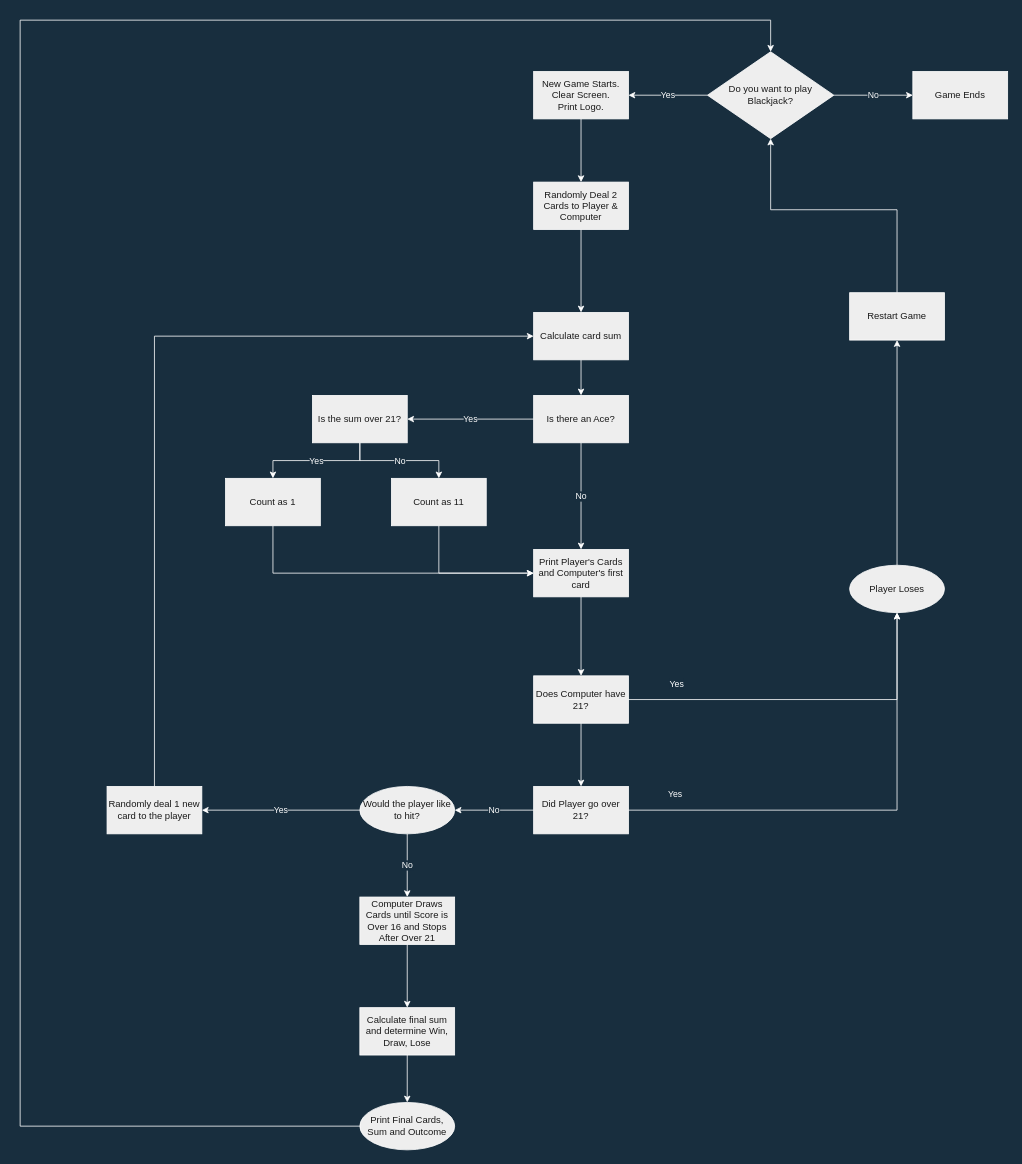
Above: Blackjack_flowchart.drawio in bcrawford72/my_test_workflows (draw.io), before the change. Source tidied: cells renumbered, new cells numbered last; positions are measured from the earlier drawing's top-left corner, leaving out a move shared by most shapes. Both pictures are drawn from the tidied source at 79%, with x=0, y=0 at pixel (20, 20).
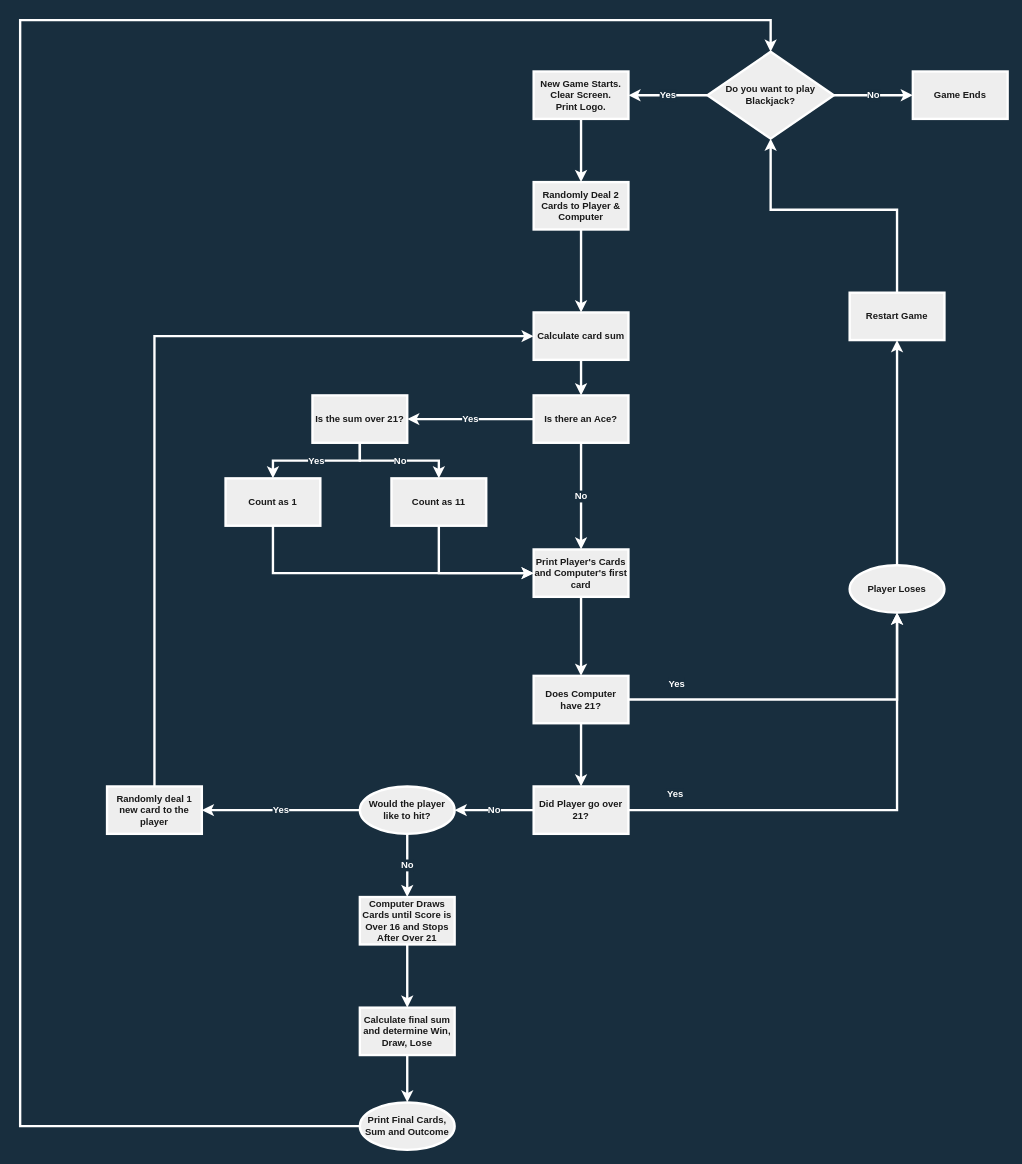
The same diagram, later.

Change to the diagram source:
```diff
@@
-    <mxCell id="2" value="Yes" style="edgeStyle=orthogonalEdgeStyle;rounded=0;jettySize=auto;html=1;labelBackgroundColor=#182E3E;strokeColor=#FFFFFF;fontColor=#FFFFFF;" parent="1" edge="1" source="4" target="6">
+    <mxCell id="2" value="Yes" style="edgeStyle=orthogonalEdgeStyle;rounded=0;jettySize=auto;html=1;labelBackgroundColor=#182E3E;strokeColor=#FFFFFF;fontColor=#FFFFFF;strokeWidth=3;fontStyle=1;fontSize=12;" parent="1" edge="1" source="4" target="6">
       <mxGeometry relative="1" as="geometry" />
     </mxCell>
-    <mxCell id="3" value="No" style="edgeStyle=orthogonalEdgeStyle;rounded=0;jettySize=auto;html=1;labelBackgroundColor=#182E3E;strokeColor=#FFFFFF;fontColor=#FFFFFF;" parent="1" edge="1" source="4" target="7">
+    <mxCell id="3" value="No" style="edgeStyle=orthogonalEdgeStyle;rounded=0;jettySize=auto;html=1;labelBackgroundColor=#182E3E;strokeColor=#FFFFFF;fontColor=#FFFFFF;strokeWidth=3;fontStyle=1;fontSize=12;" parent="1" edge="1" source="4" target="7">
       <mxGeometry relative="1" as="geometry" />
     </mxCell>
-    <mxCell id="4" value="Do you want to play Blackjack?" style="rhombus;whiteSpace=wrap;html=1;fillColor=#EEEEEE;strokeColor=#FFFFFF;fontColor=#1A1A1A;" parent="1" vertex="1">
+    <mxCell id="4" value="Do you want to play Blackjack?" style="rhombus;whiteSpace=wrap;html=1;fillColor=#EEEEEE;strokeColor=#FFFFFF;fontColor=#1A1A1A;strokeWidth=3;fontStyle=1;fontSize=12;" parent="1" vertex="1">
       <mxGeometry x="870" y="40" width="160" height="110" as="geometry" />
     </mxCell>
-    <mxCell id="5" style="edgeStyle=orthogonalEdgeStyle;rounded=0;jettySize=auto;html=1;labelBackgroundColor=#182E3E;strokeColor=#FFFFFF;fontColor=#FFFFFF;" parent="1" edge="1" source="6" target="9">
+    <mxCell id="5" style="edgeStyle=orthogonalEdgeStyle;rounded=0;jettySize=auto;html=1;labelBackgroundColor=#182E3E;strokeColor=#FFFFFF;fontColor=#FFFFFF;strokeWidth=3;fontStyle=1;fontSize=12;" parent="1" edge="1" source="6" target="9">
       <mxGeometry relative="1" as="geometry" />
     </mxCell>
-    <mxCell id="6" value="New Game Starts.&lt;br&gt;Clear Screen.&lt;br&gt;Print Logo." style="whiteSpace=wrap;html=1;fillColor=#EEEEEE;strokeColor=#FFFFFF;fontColor=#1A1A1A;" parent="1" vertex="1">
+    <mxCell id="6" value="New Game Starts.&lt;br style=&quot;font-size: 12px;&quot;&gt;Clear Screen.&lt;br style=&quot;font-size: 12px;&quot;&gt;Print Logo." style="whiteSpace=wrap;html=1;fillColor=#EEEEEE;strokeColor=#FFFFFF;fontColor=#1A1A1A;strokeWidth=3;fontStyle=1;fontSize=12;" parent="1" vertex="1">
       <mxGeometry x="650" y="65" width="120" height="60" as="geometry" />
     </mxCell>
-    <mxCell id="7" value="Game Ends" style="whiteSpace=wrap;html=1;fillColor=#EEEEEE;strokeColor=#FFFFFF;fontColor=#1A1A1A;" parent="1" vertex="1">
+    <mxCell id="7" value="Game Ends" style="whiteSpace=wrap;html=1;fillColor=#EEEEEE;strokeColor=#FFFFFF;fontColor=#1A1A1A;strokeWidth=3;fontStyle=1;fontSize=12;" parent="1" vertex="1">
       <mxGeometry x="1130" y="65" width="120" height="60" as="geometry" />
     </mxCell>
-    <mxCell id="8" style="edgeStyle=orthogonalEdgeStyle;rounded=0;jettySize=auto;html=1;labelBackgroundColor=#182E3E;strokeColor=#FFFFFF;fontColor=#FFFFFF;" parent="1" edge="1" source="9" target="18">
+    <mxCell id="8" style="edgeStyle=orthogonalEdgeStyle;rounded=0;jettySize=auto;html=1;labelBackgroundColor=#182E3E;strokeColor=#FFFFFF;fontColor=#FFFFFF;strokeWidth=3;fontStyle=1;fontSize=12;" parent="1" edge="1" source="9" target="18">
       <mxGeometry relative="1" as="geometry" />
     </mxCell>
-    <mxCell id="9" value="Randomly Deal 2 Cards to Player &amp;amp; Computer" style="whiteSpace=wrap;html=1;fillColor=#EEEEEE;strokeColor=#FFFFFF;fontColor=#1A1A1A;" parent="1" vertex="1">
+    <mxCell id="9" value="Randomly Deal 2 Cards to Player &amp;amp; Computer" style="whiteSpace=wrap;html=1;fillColor=#EEEEEE;strokeColor=#FFFFFF;fontColor=#1A1A1A;strokeWidth=3;fontStyle=1;fontSize=12;" parent="1" vertex="1">
       <mxGeometry x="650" y="205" width="120" height="60" as="geometry" />
     </mxCell>
-    <mxCell id="10" value="Yes" style="edgeStyle=orthogonalEdgeStyle;rounded=0;jettySize=auto;html=1;labelBackgroundColor=#182E3E;strokeColor=#FFFFFF;fontColor=#FFFFFF;" parent="1" edge="1" source="12" target="14">
+    <mxCell id="10" value="Yes" style="edgeStyle=orthogonalEdgeStyle;rounded=0;jettySize=auto;html=1;labelBackgroundColor=#182E3E;strokeColor=#FFFFFF;fontColor=#FFFFFF;strokeWidth=3;fontStyle=1;fontSize=12;" parent="1" edge="1" source="12" target="14">
       <mxGeometry x="-0.73" y="20" relative="1" as="geometry" />
     </mxCell>
-    <mxCell id="11" style="edgeStyle=orthogonalEdgeStyle;rounded=0;jettySize=auto;html=1;labelBackgroundColor=#182E3E;strokeColor=#FFFFFF;fontColor=#FFFFFF;" parent="1" edge="1" source="12" target="29">
+    <mxCell id="11" style="edgeStyle=orthogonalEdgeStyle;rounded=0;jettySize=auto;html=1;labelBackgroundColor=#182E3E;strokeColor=#FFFFFF;fontColor=#FFFFFF;strokeWidth=3;fontStyle=1;fontSize=12;" parent="1" edge="1" source="12" target="29">
       <mxGeometry relative="1" as="geometry" />
     </mxCell>
-    <mxCell id="12" value="Does Computer have 21?" style="whiteSpace=wrap;html=1;fillColor=#EEEEEE;strokeColor=#FFFFFF;fontColor=#1A1A1A;" parent="1" vertex="1">
+    <mxCell id="12" value="Does Computer have 21?" style="whiteSpace=wrap;html=1;fillColor=#EEEEEE;strokeColor=#FFFFFF;fontColor=#1A1A1A;strokeWidth=3;fontStyle=1;fontSize=12;" parent="1" vertex="1">
       <mxGeometry x="650" y="830" width="120" height="60" as="geometry" />
     </mxCell>
-    <mxCell id="13" style="edgeStyle=orthogonalEdgeStyle;rounded=0;jettySize=auto;html=1;labelBackgroundColor=#182E3E;strokeColor=#FFFFFF;fontColor=#FFFFFF;" parent="1" edge="1" source="14" target="16">
+    <mxCell id="13" style="edgeStyle=orthogonalEdgeStyle;rounded=0;jettySize=auto;html=1;labelBackgroundColor=#182E3E;strokeColor=#FFFFFF;fontColor=#FFFFFF;strokeWidth=3;fontStyle=1;fontSize=12;" parent="1" edge="1" source="14" target="16">
       <mxGeometry relative="1" as="geometry" />
     </mxCell>
-    <mxCell id="14" value="Player Loses" style="ellipse;whiteSpace=wrap;html=1;fillColor=#EEEEEE;strokeColor=#FFFFFF;fontColor=#1A1A1A;" parent="1" vertex="1">
+    <mxCell id="14" value="Player Loses" style="ellipse;whiteSpace=wrap;html=1;fillColor=#EEEEEE;strokeColor=#FFFFFF;fontColor=#1A1A1A;strokeWidth=3;fontStyle=1;fontSize=12;" parent="1" vertex="1">
       <mxGeometry x="1050" y="690" width="120" height="60" as="geometry" />
     </mxCell>
-    <mxCell id="15" style="edgeStyle=orthogonalEdgeStyle;rounded=0;jettySize=auto;html=1;entryX=0.5;entryY=1;entryDx=0;entryDy=0;labelBackgroundColor=#182E3E;strokeColor=#FFFFFF;fontColor=#FFFFFF;" parent="1" edge="1" source="16" target="4">
+    <mxCell id="15" style="edgeStyle=orthogonalEdgeStyle;rounded=0;jettySize=auto;html=1;entryX=0.5;entryY=1;entryDx=0;entryDy=0;labelBackgroundColor=#182E3E;strokeColor=#FFFFFF;fontColor=#FFFFFF;strokeWidth=3;fontStyle=1;fontSize=12;" parent="1" edge="1" source="16" target="4">
       <mxGeometry relative="1" as="geometry">
         <Array as="points">
           <mxPoint x="1110" y="240" />
           <mxPoint x="950" y="240" />
         </Array>
       </mxGeometry>
     </mxCell>
-    <mxCell id="16" value="Restart Game" style="whiteSpace=wrap;html=1;fillColor=#EEEEEE;strokeColor=#FFFFFF;fontColor=#1A1A1A;" parent="1" vertex="1">
+    <mxCell id="16" value="Restart Game" style="whiteSpace=wrap;html=1;fillColor=#EEEEEE;strokeColor=#FFFFFF;fontColor=#1A1A1A;strokeWidth=3;fontStyle=1;fontSize=12;" parent="1" vertex="1">
       <mxGeometry x="1050" y="345" width="120" height="60" as="geometry" />
     </mxCell>
-    <mxCell id="17" style="edgeStyle=orthogonalEdgeStyle;rounded=0;jettySize=auto;html=1;labelBackgroundColor=#182E3E;strokeColor=#FFFFFF;fontColor=#FFFFFF;" parent="1" edge="1" source="18" target="21">
+    <mxCell id="17" style="edgeStyle=orthogonalEdgeStyle;rounded=0;jettySize=auto;html=1;labelBackgroundColor=#182E3E;strokeColor=#FFFFFF;fontColor=#FFFFFF;strokeWidth=3;fontStyle=1;fontSize=12;" parent="1" edge="1" source="18" target="21">
       <mxGeometry relative="1" as="geometry" />
     </mxCell>
-    <mxCell id="18" value="Calculate card sum" style="whiteSpace=wrap;html=1;fillColor=#EEEEEE;strokeColor=#FFFFFF;fontColor=#1A1A1A;" parent="1" vertex="1">
+    <mxCell id="18" value="Calculate card sum" style="whiteSpace=wrap;html=1;fillColor=#EEEEEE;strokeColor=#FFFFFF;fontColor=#1A1A1A;strokeWidth=3;fontStyle=1;fontSize=12;" parent="1" vertex="1">
       <mxGeometry x="650" y="370" width="120" height="60" as="geometry" />
     </mxCell>
-    <mxCell id="19" value="Yes" style="edgeStyle=orthogonalEdgeStyle;rounded=0;jettySize=auto;html=1;labelBackgroundColor=#182E3E;strokeColor=#FFFFFF;fontColor=#FFFFFF;" parent="1" edge="1" source="21" target="24">
+    <mxCell id="19" value="Yes" style="edgeStyle=orthogonalEdgeStyle;rounded=0;jettySize=auto;html=1;labelBackgroundColor=#182E3E;strokeColor=#FFFFFF;fontColor=#FFFFFF;strokeWidth=3;fontStyle=1;fontSize=12;" parent="1" edge="1" source="21" target="24">
       <mxGeometry relative="1" as="geometry" />
     </mxCell>
-    <mxCell id="20" value="No" style="edgeStyle=orthogonalEdgeStyle;rounded=0;jettySize=auto;html=1;labelBackgroundColor=#182E3E;strokeColor=#FFFFFF;fontColor=#FFFFFF;" parent="1" edge="1" source="21" target="26">
+    <mxCell id="20" value="No" style="edgeStyle=orthogonalEdgeStyle;rounded=0;jettySize=auto;html=1;labelBackgroundColor=#182E3E;strokeColor=#FFFFFF;fontColor=#FFFFFF;strokeWidth=3;fontStyle=1;fontSize=12;" parent="1" edge="1" source="21" target="26">
       <mxGeometry relative="1" as="geometry" />
     </mxCell>
-    <mxCell id="21" value="Is there an Ace?" style="whiteSpace=wrap;html=1;fillColor=#EEEEEE;strokeColor=#FFFFFF;fontColor=#1A1A1A;" parent="1" vertex="1">
+    <mxCell id="21" value="Is there an Ace?" style="whiteSpace=wrap;html=1;fillColor=#EEEEEE;strokeColor=#FFFFFF;fontColor=#1A1A1A;strokeWidth=3;fontStyle=1;fontSize=12;" parent="1" vertex="1">
       <mxGeometry x="650" y="475" width="120" height="60" as="geometry" />
     </mxCell>
-    <mxCell id="22" value="Yes" style="edgeStyle=orthogonalEdgeStyle;rounded=0;jettySize=auto;html=1;labelBackgroundColor=#182E3E;strokeColor=#FFFFFF;fontColor=#FFFFFF;" parent="1" edge="1" source="24" target="36">
+    <mxCell id="22" value="Yes" style="edgeStyle=orthogonalEdgeStyle;rounded=0;jettySize=auto;html=1;labelBackgroundColor=#182E3E;strokeColor=#FFFFFF;fontColor=#FFFFFF;strokeWidth=3;fontStyle=1;fontSize=12;" parent="1" edge="1" source="24" target="36">
       <mxGeometry relative="1" as="geometry" />
     </mxCell>
-    <mxCell id="23" value="No" style="edgeStyle=orthogonalEdgeStyle;rounded=0;jettySize=auto;html=1;labelBackgroundColor=#182E3E;strokeColor=#FFFFFF;fontColor=#FFFFFF;" parent="1" edge="1" source="24" target="38">
+    <mxCell id="23" value="No" style="edgeStyle=orthogonalEdgeStyle;rounded=0;jettySize=auto;html=1;labelBackgroundColor=#182E3E;strokeColor=#FFFFFF;fontColor=#FFFFFF;strokeWidth=3;fontStyle=1;fontSize=12;" parent="1" edge="1" source="24" target="38">
       <mxGeometry relative="1" as="geometry" />
     </mxCell>
-    <mxCell id="24" value="Is the sum over 21?" style="whiteSpace=wrap;html=1;fillColor=#EEEEEE;strokeColor=#FFFFFF;fontColor=#1A1A1A;" parent="1" vertex="1">
+    <mxCell id="24" value="Is the sum over 21?" style="whiteSpace=wrap;html=1;fillColor=#EEEEEE;strokeColor=#FFFFFF;fontColor=#1A1A1A;strokeWidth=3;fontStyle=1;fontSize=12;" parent="1" vertex="1">
       <mxGeometry x="370" y="475" width="120" height="60" as="geometry" />
     </mxCell>
-    <mxCell id="25" style="edgeStyle=orthogonalEdgeStyle;rounded=0;jettySize=auto;html=1;labelBackgroundColor=#182E3E;strokeColor=#FFFFFF;fontColor=#FFFFFF;" parent="1" edge="1" source="26" target="12">
+    <mxCell id="25" style="edgeStyle=orthogonalEdgeStyle;rounded=0;jettySize=auto;html=1;labelBackgroundColor=#182E3E;strokeColor=#FFFFFF;fontColor=#FFFFFF;strokeWidth=3;fontStyle=1;fontSize=12;" parent="1" edge="1" source="26" target="12">
       <mxGeometry relative="1" as="geometry" />
     </mxCell>
-    <mxCell id="26" value="Print Player's Cards and Computer's first card" style="whiteSpace=wrap;html=1;fillColor=#EEEEEE;strokeColor=#FFFFFF;fontColor=#1A1A1A;" parent="1" vertex="1">
+    <mxCell id="26" value="Print Player's Cards and Computer's first card" style="whiteSpace=wrap;html=1;fillColor=#EEEEEE;strokeColor=#FFFFFF;fontColor=#1A1A1A;strokeWidth=3;fontStyle=1;fontSize=12;" parent="1" vertex="1">
       <mxGeometry x="650" y="670" width="120" height="60" as="geometry" />
     </mxCell>
-    <mxCell id="27" value="Yes" style="edgeStyle=orthogonalEdgeStyle;rounded=0;jettySize=auto;html=1;entryX=0.5;entryY=1;entryDx=0;entryDy=0;labelBackgroundColor=#182E3E;strokeColor=#FFFFFF;fontColor=#FFFFFF;" parent="1" edge="1" source="29" target="14">
+    <mxCell id="27" value="Yes" style="edgeStyle=orthogonalEdgeStyle;rounded=0;jettySize=auto;html=1;entryX=0.5;entryY=1;entryDx=0;entryDy=0;labelBackgroundColor=#182E3E;strokeColor=#FFFFFF;fontColor=#FFFFFF;strokeWidth=3;fontStyle=1;fontSize=12;" parent="1" edge="1" source="29" target="14">
       <mxGeometry x="-0.8" y="20" relative="1" as="geometry" />
     </mxCell>
-    <mxCell id="28" value="No" style="edgeStyle=orthogonalEdgeStyle;rounded=0;jettySize=auto;html=1;labelBackgroundColor=#182E3E;strokeColor=#FFFFFF;fontColor=#FFFFFF;" parent="1" edge="1" source="29" target="32">
+    <mxCell id="28" value="No" style="edgeStyle=orthogonalEdgeStyle;rounded=0;jettySize=auto;html=1;labelBackgroundColor=#182E3E;strokeColor=#FFFFFF;fontColor=#FFFFFF;strokeWidth=3;fontStyle=1;fontSize=12;" parent="1" edge="1" source="29" target="32">
       <mxGeometry relative="1" as="geometry" />
     </mxCell>
-    <mxCell id="29" value="Did Player go over 21?" style="whiteSpace=wrap;html=1;fillColor=#EEEEEE;strokeColor=#FFFFFF;fontColor=#1A1A1A;" parent="1" vertex="1">
+    <mxCell id="29" value="Did Player go over 21?" style="whiteSpace=wrap;html=1;fillColor=#EEEEEE;strokeColor=#FFFFFF;fontColor=#1A1A1A;strokeWidth=3;fontStyle=1;fontSize=12;" parent="1" vertex="1">
       <mxGeometry x="650" y="970" width="120" height="60" as="geometry" />
     </mxCell>
-    <mxCell id="30" value="Yes" style="edgeStyle=orthogonalEdgeStyle;rounded=0;jettySize=auto;html=1;labelBackgroundColor=#182E3E;strokeColor=#FFFFFF;fontColor=#FFFFFF;" parent="1" edge="1" source="32" target="34">
+    <mxCell id="30" value="Yes" style="edgeStyle=orthogonalEdgeStyle;rounded=0;jettySize=auto;html=1;labelBackgroundColor=#182E3E;strokeColor=#FFFFFF;fontColor=#FFFFFF;strokeWidth=3;fontStyle=1;fontSize=12;" parent="1" edge="1" source="32" target="34">
       <mxGeometry relative="1" as="geometry" />
     </mxCell>
-    <mxCell id="31" value="No" style="edgeStyle=orthogonalEdgeStyle;rounded=0;jettySize=auto;html=1;labelBackgroundColor=#182E3E;strokeColor=#FFFFFF;fontColor=#FFFFFF;" parent="1" edge="1" source="32" target="40">
+    <mxCell id="31" value="No" style="edgeStyle=orthogonalEdgeStyle;rounded=0;jettySize=auto;html=1;labelBackgroundColor=#182E3E;strokeColor=#FFFFFF;fontColor=#FFFFFF;strokeWidth=3;fontStyle=1;fontSize=12;" parent="1" edge="1" source="32" target="40">
       <mxGeometry relative="1" as="geometry" />
     </mxCell>
-    <mxCell id="32" value="Would the player like to hit?" style="ellipse;whiteSpace=wrap;html=1;fillColor=#EEEEEE;strokeColor=#FFFFFF;fontColor=#1A1A1A;" parent="1" vertex="1">
+    <mxCell id="32" value="Would the player like to hit?" style="ellipse;whiteSpace=wrap;html=1;fillColor=#EEEEEE;strokeColor=#FFFFFF;fontColor=#1A1A1A;strokeWidth=3;fontStyle=1;fontSize=12;" parent="1" vertex="1">
       <mxGeometry x="430" y="970" width="120" height="60" as="geometry" />
     </mxCell>
-    <mxCell id="33" style="edgeStyle=orthogonalEdgeStyle;rounded=0;jettySize=auto;html=1;entryX=0;entryY=0.5;entryDx=0;entryDy=0;labelBackgroundColor=#182E3E;strokeColor=#FFFFFF;fontColor=#FFFFFF;" parent="1" edge="1" source="34" target="18">
+    <mxCell id="33" style="edgeStyle=orthogonalEdgeStyle;rounded=0;jettySize=auto;html=1;entryX=0;entryY=0.5;entryDx=0;entryDy=0;labelBackgroundColor=#182E3E;strokeColor=#FFFFFF;fontColor=#FFFFFF;strokeWidth=3;fontStyle=1;fontSize=12;" parent="1" edge="1" source="34" target="18">
       <mxGeometry relative="1" as="geometry">
         <Array as="points">
           <mxPoint x="170" y="400" />
         </Array>
       </mxGeometry>
     </mxCell>
-    <mxCell id="34" value="Randomly deal 1 new card to the player" style="whiteSpace=wrap;html=1;fillColor=#EEEEEE;strokeColor=#FFFFFF;fontColor=#1A1A1A;" parent="1" vertex="1">
+    <mxCell id="34" value="Randomly deal 1 new card to the player" style="whiteSpace=wrap;html=1;fillColor=#EEEEEE;strokeColor=#FFFFFF;fontColor=#1A1A1A;strokeWidth=3;fontStyle=1;fontSize=12;" parent="1" vertex="1">
       <mxGeometry x="110" y="970" width="120" height="60" as="geometry" />
     </mxCell>
-    <mxCell id="35" style="edgeStyle=orthogonalEdgeStyle;rounded=0;jettySize=auto;html=1;entryX=0;entryY=0.5;entryDx=0;entryDy=0;labelBackgroundColor=#182E3E;strokeColor=#FFFFFF;fontColor=#FFFFFF;" parent="1" edge="1" source="36" target="26">
+    <mxCell id="35" style="edgeStyle=orthogonalEdgeStyle;rounded=0;jettySize=auto;html=1;entryX=0;entryY=0.5;entryDx=0;entryDy=0;labelBackgroundColor=#182E3E;strokeColor=#FFFFFF;fontColor=#FFFFFF;strokeWidth=3;fontStyle=1;fontSize=12;" parent="1" edge="1" source="36" target="26">
       <mxGeometry relative="1" as="geometry">
         <Array as="points">
           <mxPoint x="320" y="700" />
         </Array>
       </mxGeometry>
     </mxCell>
-    <mxCell id="36" value="Count as 1" style="whiteSpace=wrap;html=1;fillColor=#EEEEEE;strokeColor=#FFFFFF;fontColor=#1A1A1A;" parent="1" vertex="1">
+    <mxCell id="36" value="Count as 1" style="whiteSpace=wrap;html=1;fillColor=#EEEEEE;strokeColor=#FFFFFF;fontColor=#1A1A1A;strokeWidth=3;fontStyle=1;fontSize=12;" parent="1" vertex="1">
       <mxGeometry x="260" y="580" width="120" height="60" as="geometry" />
     </mxCell>
-    <mxCell id="37" style="edgeStyle=orthogonalEdgeStyle;rounded=0;jettySize=auto;html=1;entryX=0;entryY=0.5;entryDx=0;entryDy=0;labelBackgroundColor=#182E3E;strokeColor=#FFFFFF;fontColor=#FFFFFF;" parent="1" edge="1" source="38" target="26">
+    <mxCell id="37" style="edgeStyle=orthogonalEdgeStyle;rounded=0;jettySize=auto;html=1;entryX=0;entryY=0.5;entryDx=0;entryDy=0;labelBackgroundColor=#182E3E;strokeColor=#FFFFFF;fontColor=#FFFFFF;strokeWidth=3;fontStyle=1;fontSize=12;" parent="1" edge="1" source="38" target="26">
       <mxGeometry relative="1" as="geometry">
         <Array as="points">
           <mxPoint x="530" y="700" />
         </Array>
       </mxGeometry>
     </mxCell>
-    <mxCell id="38" value="Count as 11" style="whiteSpace=wrap;html=1;fillColor=#EEEEEE;strokeColor=#FFFFFF;fontColor=#1A1A1A;" parent="1" vertex="1">
+    <mxCell id="38" value="Count as 11" style="whiteSpace=wrap;html=1;fillColor=#EEEEEE;strokeColor=#FFFFFF;fontColor=#1A1A1A;strokeWidth=3;fontStyle=1;fontSize=12;" parent="1" vertex="1">
       <mxGeometry x="470" y="580" width="120" height="60" as="geometry" />
     </mxCell>
-    <mxCell id="39" style="edgeStyle=orthogonalEdgeStyle;rounded=0;jettySize=auto;html=1;labelBackgroundColor=#182E3E;strokeColor=#FFFFFF;fontColor=#FFFFFF;" parent="1" edge="1" source="40" target="44">
+    <mxCell id="39" style="edgeStyle=orthogonalEdgeStyle;rounded=0;jettySize=auto;html=1;labelBackgroundColor=#182E3E;strokeColor=#FFFFFF;fontColor=#FFFFFF;strokeWidth=3;fontStyle=1;fontSize=12;" parent="1" edge="1" source="40" target="44">
       <mxGeometry relative="1" as="geometry" />
     </mxCell>
-    <mxCell id="40" value="Computer Draws Cards until Score is Over 16 and Stops After Over 21" style="whiteSpace=wrap;html=1;fillColor=#EEEEEE;strokeColor=#FFFFFF;fontColor=#1A1A1A;" parent="1" vertex="1">
+    <mxCell id="40" value="Computer Draws Cards until Score is Over 16 and Stops After Over 21" style="whiteSpace=wrap;html=1;fillColor=#EEEEEE;strokeColor=#FFFFFF;fontColor=#1A1A1A;strokeWidth=3;fontStyle=1;fontSize=12;" parent="1" vertex="1">
       <mxGeometry x="430" y="1110" width="120" height="60" as="geometry" />
     </mxCell>
-    <mxCell id="41" style="edgeStyle=orthogonalEdgeStyle;rounded=0;jettySize=auto;html=1;entryX=0.5;entryY=0;entryDx=0;entryDy=0;labelBackgroundColor=#182E3E;strokeColor=#FFFFFF;fontColor=#FFFFFF;" parent="1" edge="1" source="42" target="4">
+    <mxCell id="41" style="edgeStyle=orthogonalEdgeStyle;rounded=0;jettySize=auto;html=1;entryX=0.5;entryY=0;entryDx=0;entryDy=0;labelBackgroundColor=#182E3E;strokeColor=#FFFFFF;fontColor=#FFFFFF;strokeWidth=3;fontStyle=1;fontSize=12;" parent="1" edge="1" source="42" target="4">
       <mxGeometry relative="1" as="geometry">
         <Array as="points">
           <mxPoint y="1400" />
           <mxPoint />
           <mxPoint x="950" />
         </Array>
       </mxGeometry>
     </mxCell>
-    <mxCell id="42" value="Print Final Cards, Sum and Outcome" style="ellipse;whiteSpace=wrap;html=1;fillColor=#EEEEEE;strokeColor=#FFFFFF;fontColor=#1A1A1A;" parent="1" vertex="1">
+    <mxCell id="42" value="Print Final Cards, Sum and Outcome" style="ellipse;whiteSpace=wrap;html=1;fillColor=#EEEEEE;strokeColor=#FFFFFF;fontColor=#1A1A1A;strokeWidth=3;fontStyle=1;fontSize=12;" parent="1" vertex="1">
       <mxGeometry x="430" y="1370" width="120" height="60" as="geometry" />
     </mxCell>
-    <mxCell id="43" style="edgeStyle=orthogonalEdgeStyle;rounded=0;jettySize=auto;html=1;labelBackgroundColor=#182E3E;strokeColor=#FFFFFF;fontColor=#FFFFFF;" parent="1" edge="1" source="44" target="42">
+    <mxCell id="43" style="edgeStyle=orthogonalEdgeStyle;rounded=0;jettySize=auto;html=1;labelBackgroundColor=#182E3E;strokeColor=#FFFFFF;fontColor=#FFFFFF;strokeWidth=3;fontStyle=1;fontSize=12;" parent="1" edge="1" source="44" target="42">
       <mxGeometry relative="1" as="geometry" />
     </mxCell>
-    <mxCell id="44" value="Calculate final sum and determine Win, Draw, Lose" style="whiteSpace=wrap;html=1;fillColor=#EEEEEE;strokeColor=#FFFFFF;fontColor=#1A1A1A;" parent="1" vertex="1">
+    <mxCell id="44" value="Calculate final sum and determine Win, Draw, Lose" style="whiteSpace=wrap;html=1;fillColor=#EEEEEE;strokeColor=#FFFFFF;fontColor=#1A1A1A;strokeWidth=3;fontStyle=1;fontSize=12;" parent="1" vertex="1">
       <mxGeometry x="430" y="1250" width="120" height="60" as="geometry" />
     </mxCell>
```
